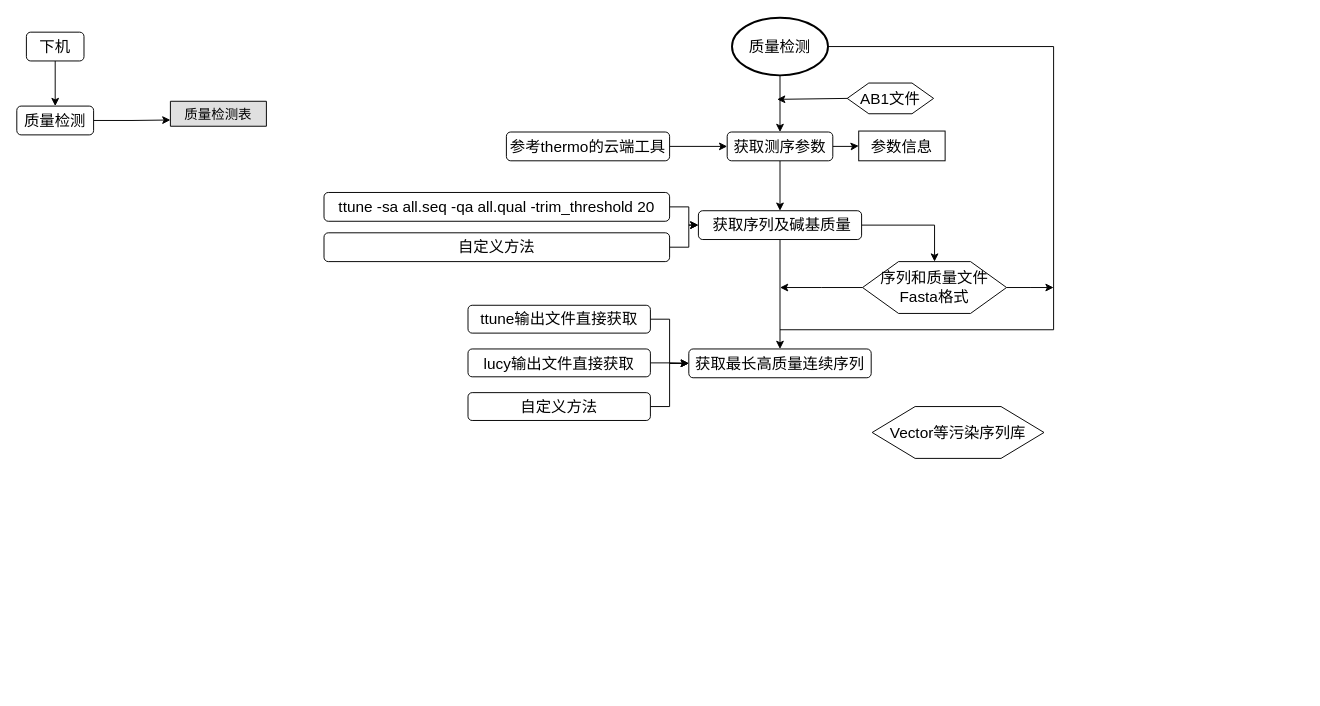
This is doc/FlowChat.drawio from lry198010/SangerSequenceAnalysis, a draw.io file, before an edit. Source tidied: cells renumbered, new cells numbered last; positions are measured from the earlier drawing's top-left corner, leaving out a move shared by most shapes. Both pictures are drawn from the tidied source at 96%, with x=0, y=0 at pixel (16, 17).
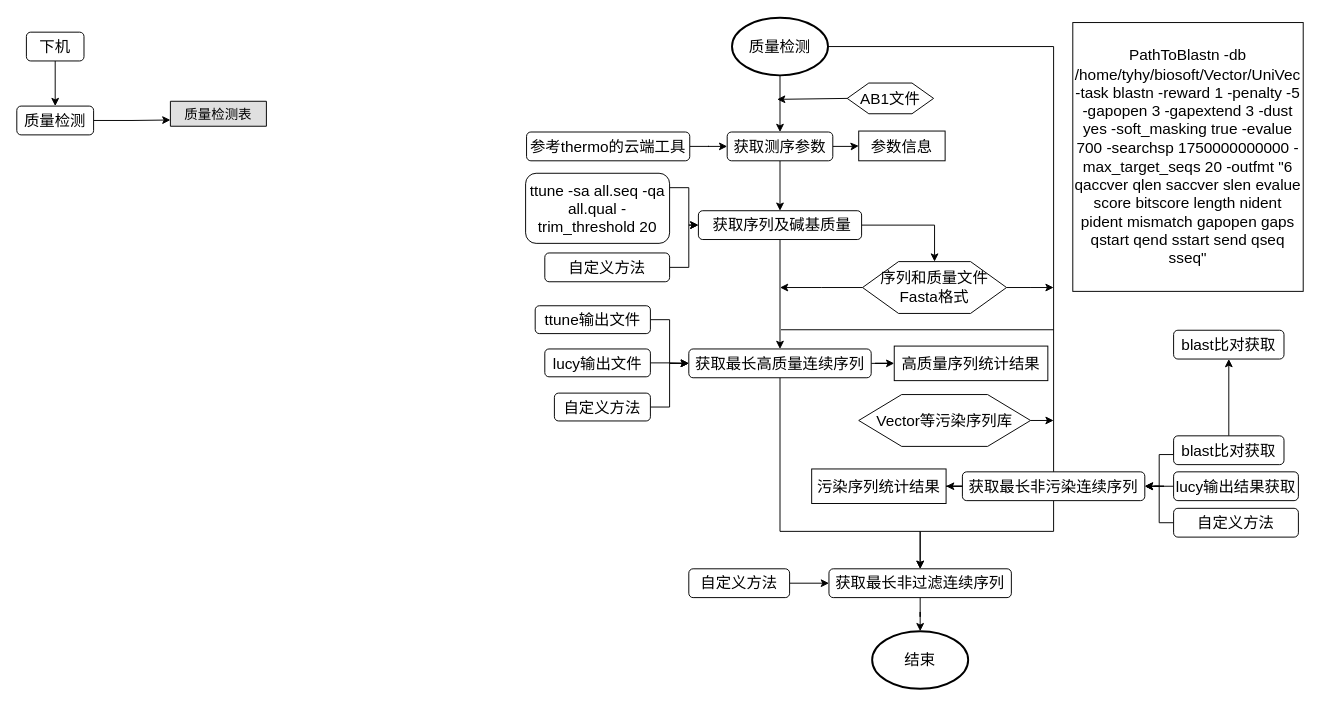
The same diagram, later.

Commit message:
Finished Quality Check and Screen workflow. FlowChat.drawio

Unchanged cells that the change refers to:
```xml
<mxCell id="9" value="质量检测" style="strokeWidth=2;html=1;shape=mxgraph.flowchart.start_1;whiteSpace=wrap;fontSize=16;" parent="1" vertex="1">
  <mxGeometry x="745" width="100" height="60" as="geometry" />
</mxCell>
<mxCell id="17" value="&amp;nbsp;获取序列及碱基质量" style="rounded=1;whiteSpace=wrap;html=1;fontSize=16;" parent="1" vertex="1">
  <mxGeometry x="710" y="201" width="170" height="30" as="geometry" />
</mxCell>
<mxCell id="19" value="获取最长高质量连续序列" style="rounded=1;whiteSpace=wrap;html=1;fontSize=16;" parent="1" vertex="1">
  <mxGeometry x="700" y="345" width="190" height="30" as="geometry" />
</mxCell>
```

Diff of the diagram source:
```diff
@@
-    <mxCell id="8" style="edgeStyle=orthogonalEdgeStyle;rounded=0;jettySize=auto;html=1;fontSize=16;startArrow=none;startFill=0;endArrow=none;endFill=0;" parent="1" edge="1" source="9">
+    <mxCell id="8" style="edgeStyle=orthogonalEdgeStyle;rounded=0;jettySize=auto;html=1;fontSize=16;startArrow=none;startFill=0;endArrow=classic;endFill=1;entryX=0.5;entryY=0;entryDx=0;entryDy=0;" parent="1" edge="1" source="9" target="43">
       <mxGeometry relative="1" as="geometry">
-        <mxPoint x="795" y="325" as="targetPoint" />
         <Array as="points">
           <mxPoint x="1080" y="30" />
-          <mxPoint x="1080" y="325" />
-          <mxPoint x="795" y="325" />
+          <mxPoint x="1080" y="485" />
         </Array>
       </mxGeometry>
     </mxCell>
@@
-    <mxCell id="14" style="edgeStyle=orthogonalEdgeStyle;rounded=0;jettySize=auto;html=1;" parent="1" edge="1" source="21" target="17">
-      <mxGeometry relative="1" as="geometry" />
+    <mxCell id="14" style="edgeStyle=orthogonalEdgeStyle;rounded=0;jettySize=auto;html=1;entryX=0;entryY=0.5;entryDx=0;entryDy=0;" parent="1" edge="1" source="21" target="17">
+      <mxGeometry relative="1" as="geometry">
+        <Array as="points">
+          <mxPoint x="700" y="177" />
+          <mxPoint x="700" y="216" />
+        </Array>
+      </mxGeometry>
     </mxCell>
@@
+    <mxCell id="36" style="edgeStyle=orthogonalEdgeStyle;rounded=0;jettySize=auto;html=1;startArrow=none;startFill=0;endArrow=classic;endFill=1;fontSize=16;entryX=0;entryY=0.5;entryDx=0;entryDy=0;" parent="1" edge="1" source="19" target="51">
+      <mxGeometry relative="1" as="geometry" />
+    </mxCell>
+    <mxCell id="37" style="edgeStyle=orthogonalEdgeStyle;rounded=0;jettySize=auto;html=1;entryX=0.5;entryY=0;entryDx=0;entryDy=0;startArrow=none;startFill=0;endArrow=classic;endFill=1;fontSize=16;" parent="1" edge="1" source="19" target="49">
+      <mxGeometry relative="1" as="geometry">
+        <Array as="points">
+          <mxPoint x="795" y="535" />
+          <mxPoint x="941" y="535" />
+        </Array>
+      </mxGeometry>
+    </mxCell>
@@
-    <mxCell id="20" value="ttune输出文件直接获取" style="rounded=1;whiteSpace=wrap;html=1;fontSize=16;" parent="1" vertex="1">
-      <mxGeometry x="470" y="299.5" width="190" height="29" as="geometry" />
+    <mxCell id="20" value="ttune输出文件" style="rounded=1;whiteSpace=wrap;html=1;fontSize=16;" parent="1" vertex="1">
+      <mxGeometry x="540" y="300" width="120" height="29" as="geometry" />
     </mxCell>
     <mxCell id="21" value="ttune -sa all.seq -qa all.qual -trim_threshold 20" style="rounded=1;whiteSpace=wrap;html=1;fontSize=16;" parent="1" vertex="1">
-      <mxGeometry x="320" y="182" width="360" height="30" as="geometry" />
+      <mxGeometry x="530" y="162" width="150" height="73" as="geometry" />
     </mxCell>
@@
-    <mxCell id="23" style="edgeStyle=orthogonalEdgeStyle;rounded=0;jettySize=auto;html=1;fontSize=16;" parent="1" edge="1" source="24" target="17">
-      <mxGeometry relative="1" as="geometry" />
+    <mxCell id="23" style="edgeStyle=orthogonalEdgeStyle;rounded=0;jettySize=auto;html=1;fontSize=16;entryX=0;entryY=0.5;entryDx=0;entryDy=0;exitX=1;exitY=0.5;exitDx=0;exitDy=0;" parent="1" edge="1" source="24" target="17">
+      <mxGeometry relative="1" as="geometry">
+        <Array as="points">
+          <mxPoint x="700" y="260" />
+          <mxPoint x="700" y="216" />
+        </Array>
+      </mxGeometry>
     </mxCell>
     <mxCell id="24" value="自定义方法" style="rounded=1;whiteSpace=wrap;html=1;fontSize=16;" parent="1" vertex="1">
-      <mxGeometry x="320" y="224" width="360" height="30" as="geometry" />
+      <mxGeometry x="550" y="245" width="130" height="30" as="geometry" />
     </mxCell>
@@
     <mxCell id="29" value="参考thermo的云端工具" style="rounded=1;whiteSpace=wrap;html=1;fontSize=16;" parent="1" vertex="1">
-      <mxGeometry x="510" y="119" width="170" height="30" as="geometry" />
+      <mxGeometry x="531" y="119" width="170" height="30" as="geometry" />
     </mxCell>
@@
-    <mxCell id="32" value="lucy输出文件直接获取" style="rounded=1;whiteSpace=wrap;html=1;fontSize=16;" parent="1" vertex="1">
-      <mxGeometry x="470" y="345" width="190" height="29" as="geometry" />
+    <mxCell id="32" value="lucy输出文件" style="rounded=1;whiteSpace=wrap;html=1;fontSize=16;" parent="1" vertex="1">
+      <mxGeometry x="550" y="345" width="110" height="29" as="geometry" />
     </mxCell>
@@
     <mxCell id="34" value="自定义方法" style="rounded=1;whiteSpace=wrap;html=1;fontSize=16;" parent="1" vertex="1">
-      <mxGeometry x="470" y="390.5" width="190" height="29" as="geometry" />
+      <mxGeometry x="560" y="391" width="100" height="29" as="geometry" />
     </mxCell>
+    <mxCell id="38" style="edgeStyle=orthogonalEdgeStyle;rounded=0;jettySize=auto;html=1;startArrow=none;startFill=0;endArrow=classic;endFill=1;fontSize=16;" parent="1" edge="1" source="35">
+      <mxGeometry relative="1" as="geometry">
+        <mxPoint x="1080" y="419.5" as="targetPoint" />
+      </mxGeometry>
+    </mxCell>
     <mxCell id="35" value="Vector等污染序列库" style="shape=hexagon;perimeter=hexagonPerimeter2;whiteSpace=wrap;html=1;fontSize=16;" parent="1" vertex="1">
-      <mxGeometry x="891" y="405" width="179" height="54" as="geometry" />
+      <mxGeometry x="877" y="392.5" width="179" height="54" as="geometry" />
     </mxCell>
+    <mxCell id="39" style="endArrow=none;html=1;fontSize=16;" parent="1" edge="1">
+      <mxGeometry relative="1" as="geometry">
+        <mxPoint x="796" y="325" as="sourcePoint" />
+        <mxPoint x="1080" y="325" as="targetPoint" />
+      </mxGeometry>
+    </mxCell>
+    <mxCell id="40" style="edgeStyle=orthogonalEdgeStyle;rounded=0;jettySize=auto;html=1;startArrow=none;startFill=0;endArrow=classic;endFill=1;fontSize=16;entryX=1;entryY=0.5;entryDx=0;entryDy=0;" parent="1" edge="1" source="43" target="52">
+      <mxGeometry relative="1" as="geometry" />
+    </mxCell>
+    <mxCell id="41" style="edgeStyle=orthogonalEdgeStyle;rounded=0;jettySize=auto;html=1;startArrow=none;startFill=0;endArrow=classic;endFill=1;fontSize=16;exitX=0;exitY=0.5;exitDx=0;exitDy=0;" parent="1" edge="1" source="45" target="43">
+      <mxGeometry relative="1" as="geometry">
+        <Array as="points">
+          <mxPoint x="1205" y="455" />
+          <mxPoint x="1190" y="455" />
+          <mxPoint x="1190" y="488" />
+        </Array>
+      </mxGeometry>
+    </mxCell>
+    <mxCell id="42" style="edgeStyle=orthogonalEdgeStyle;rounded=0;jettySize=auto;html=1;entryX=0.5;entryY=0;entryDx=0;entryDy=0;startArrow=none;startFill=0;endArrow=classic;endFill=1;fontSize=16;" parent="1" edge="1" source="43" target="49">
+      <mxGeometry relative="1" as="geometry">
+        <Array as="points">
+          <mxPoint x="1080" y="535" />
+          <mxPoint x="941" y="535" />
+        </Array>
+      </mxGeometry>
+    </mxCell>
+    <mxCell id="43" value="获取最长非污染连续序列" style="rounded=1;whiteSpace=wrap;html=1;fontSize=16;" parent="1" vertex="1">
+      <mxGeometry x="985" y="473" width="190" height="30" as="geometry" />
+    </mxCell>
+    <mxCell id="44" style="edgeStyle=orthogonalEdgeStyle;rounded=0;jettySize=auto;html=1;startArrow=none;startFill=0;endArrow=classic;endFill=1;fontSize=16;" parent="1" edge="1" source="45" target="46">
+      <mxGeometry relative="1" as="geometry" />
+    </mxCell>
+    <mxCell id="45" value="blast比对获取" style="rounded=1;whiteSpace=wrap;html=1;fontSize=16;" parent="1" vertex="1">
+      <mxGeometry x="1205" y="435.5" width="115" height="30" as="geometry" />
+    </mxCell>
+    <mxCell id="46" value="blast比对获取" style="rounded=1;whiteSpace=wrap;html=1;fontSize=16;" parent="1" vertex="1">
+      <mxGeometry x="1205" y="325.5" width="115" height="30" as="geometry" />
+    </mxCell>
+    <mxCell id="47" style="edgeStyle=orthogonalEdgeStyle;rounded=0;jettySize=auto;html=1;startArrow=none;startFill=0;endArrow=classic;endFill=1;fontSize=16;" parent="1" edge="1" source="50" target="49">
+      <mxGeometry relative="1" as="geometry" />
+    </mxCell>
+    <mxCell id="48" style="edgeStyle=orthogonalEdgeStyle;rounded=0;jettySize=auto;html=1;startArrow=none;startFill=0;endArrow=classic;endFill=1;fontSize=16;entryX=0.5;entryY=0;entryDx=0;entryDy=0;entryPerimeter=0;" parent="1" edge="1" source="49" target="57">
+      <mxGeometry relative="1" as="geometry" />
+    </mxCell>
+    <mxCell id="49" value="获取最长非过滤连续序列" style="rounded=1;whiteSpace=wrap;html=1;fontSize=16;" parent="1" vertex="1">
+      <mxGeometry x="846" y="574" width="190" height="30" as="geometry" />
+    </mxCell>
+    <mxCell id="50" value="自定义方法" style="rounded=1;whiteSpace=wrap;html=1;fontSize=16;" parent="1" vertex="1">
+      <mxGeometry x="700" y="574" width="105" height="30" as="geometry" />
+    </mxCell>
+    <mxCell id="51" value="高质量序列统计结果" style="rounded=0;whiteSpace=wrap;html=1;fontSize=16;" parent="1" vertex="1">
+      <mxGeometry x="914" y="342" width="160" height="36" as="geometry" />
+    </mxCell>
+    <mxCell id="52" value="污染序列统计结果" style="rounded=0;whiteSpace=wrap;html=1;fontSize=16;" parent="1" vertex="1">
+      <mxGeometry x="828" y="470" width="140" height="36" as="geometry" />
+    </mxCell>
+    <mxCell id="53" style="edgeStyle=orthogonalEdgeStyle;rounded=0;jettySize=auto;html=1;entryX=1;entryY=0.5;entryDx=0;entryDy=0;startArrow=none;startFill=0;endArrow=classic;endFill=1;fontSize=16;" parent="1" edge="1" source="54" target="43">
+      <mxGeometry relative="1" as="geometry" />
+    </mxCell>
+    <mxCell id="54" value="lucy输出结果获取" style="rounded=1;whiteSpace=wrap;html=1;fontSize=16;" parent="1" vertex="1">
+      <mxGeometry x="1205" y="473" width="130" height="30" as="geometry" />
+    </mxCell>
+    <mxCell id="55" style="edgeStyle=orthogonalEdgeStyle;rounded=0;jettySize=auto;html=1;entryX=1;entryY=0.5;entryDx=0;entryDy=0;startArrow=none;startFill=0;endArrow=classic;endFill=1;fontSize=16;" parent="1" edge="1" source="56" target="43">
+      <mxGeometry relative="1" as="geometry">
+        <Array as="points">
+          <mxPoint x="1190" y="526" />
+          <mxPoint x="1190" y="488" />
+        </Array>
+      </mxGeometry>
+    </mxCell>
+    <mxCell id="56" value="自定义方法" style="rounded=1;whiteSpace=wrap;html=1;fontSize=16;" parent="1" vertex="1">
+      <mxGeometry x="1205" y="511" width="130" height="30" as="geometry" />
+    </mxCell>
+    <mxCell id="57" value="结束" style="strokeWidth=2;html=1;shape=mxgraph.flowchart.start_1;whiteSpace=wrap;fontSize=16;" parent="1" vertex="1">
+      <mxGeometry x="891" y="639" width="100" height="60" as="geometry" />
+    </mxCell>
+    <mxCell id="58" value="PathToBlastn -db /home/tyhy/biosoft/Vector/UniVec -task blastn -reward 1 -penalty -5 -gapopen 3 -gapextend 3 -dust yes -soft_masking true -evalue 700 -searchsp 1750000000000 -max_target_seqs 20 -outfmt &quot;6 qaccver qlen saccver slen evalue score bitscore length nident pident mismatch gapopen gaps qstart qend sstart send qseq sseq&quot;" style="rounded=0;whiteSpace=wrap;html=1;fontSize=16;" parent="1" vertex="1">
+      <mxGeometry x="1100" y="5" width="240" height="280" as="geometry" />
+    </mxCell>
```
